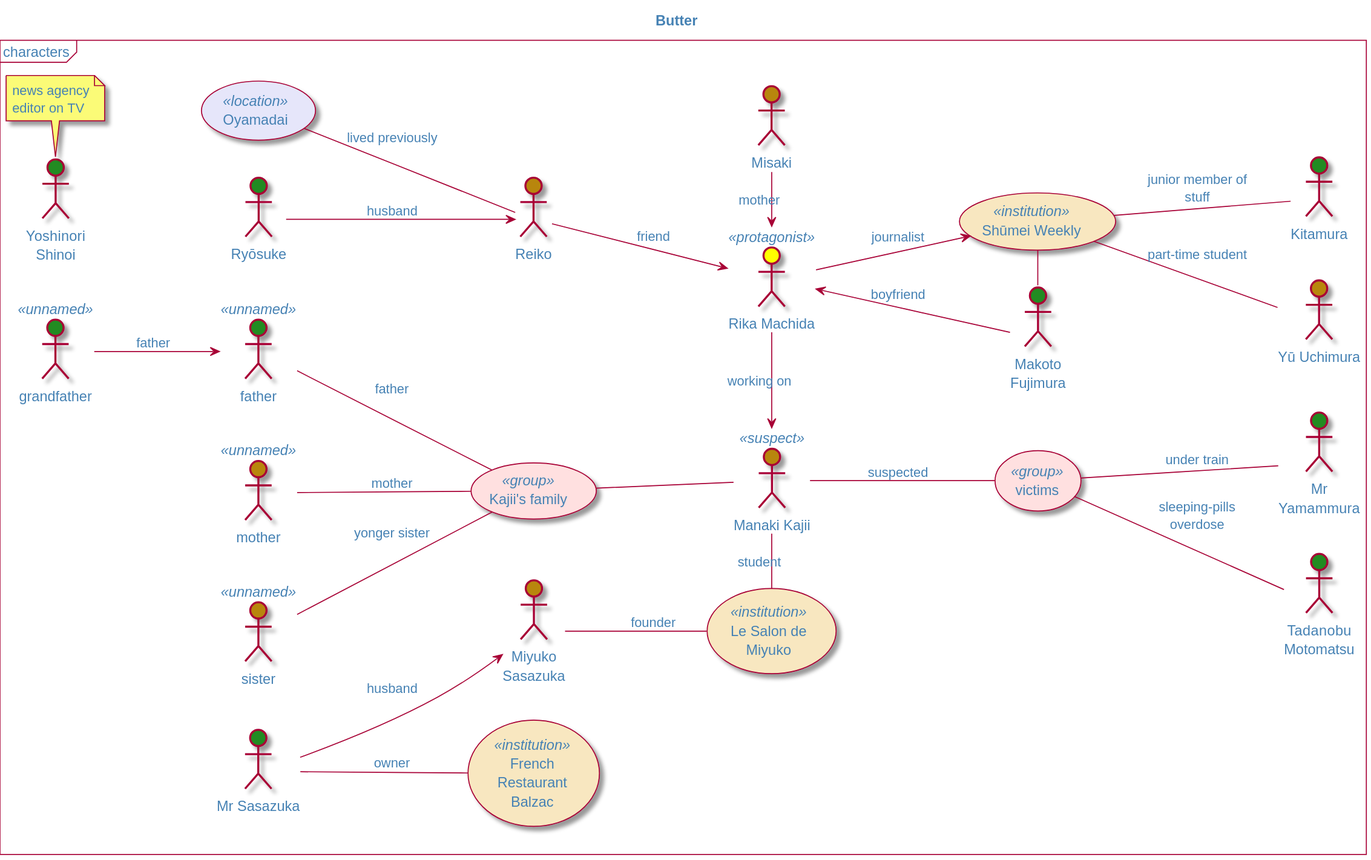
Before: Butter/butter-Butter.svg, a diagram exported from PlantUML (olek3/reading). The source it was exported from:
```plantuml
@startuml
!$stylePath = "https://raw.githubusercontent.com/olek3/plantuml-includes/refs/heads/main/iuml"

!include $stylePath/reading.iuml

title Butter
mainframe characters

:Rika Machida: as rika <<protagonist>> $female_protagonist
:Reiko: as reiko $female

reiko --> rika: friend

(Oyamadai) <<location>>
Oyamadai -- reiko: lived previously

:Ryōsuke: as husband $male
husband --> reiko : husband

:Makoto Fujimura: as makoto $male

rika <-- makoto : boyfriend

Misaki $female
Misaki -> rika : mother

:Manaki Kajii: as manaki <<suspect>> $female


(Le Salon de Miyuko) as salon <<institution>>
:Miyuko Sasazuka: as miyuko $female

(French Restaurant Balzac) as balzac <<institution>>

miyuko -- salon : founder

:Mr Sasazuka: as  sasazuka $male

sasazuka --> miyuko : husband
sasazuka -- balzac : owner

manaki - salon : student

rika -> manaki : working on

:Yoshinori Shinoi: $male
note top: news agency editor on TV

(Shūmei Weekly) as magazine <<institution>>
rika --> magazine : journalist

:Kitamura: $male
magazine -- Kitamura: junior member of stuff
magazine - makoto

:Yū Uchimura: as yu $female

magazine -- yu : part-time student

(Kajii's family) as family <<group>>

:grandfather: as grandfather <<unnamed>> $male
:father: as  father <<unnamed>>  $male
:mother: as  mother <<unnamed>>  $female
:sister: as sister <<unnamed>>  $female

grandfather --> father : father
father -- family : father
mother -- family : mother
sister -- family : yonger sister

family -- manaki

(victims) <<group>>

manaki -- (victims) : suspected
:Mr Yamammura: as yamamura $male

(victims) -- yamamura : under train

:Tadanobu Motomatsu: $male
(victims) -- :Tadanobu Motomatsu: : sleeping-pills overdose
@enduml
```
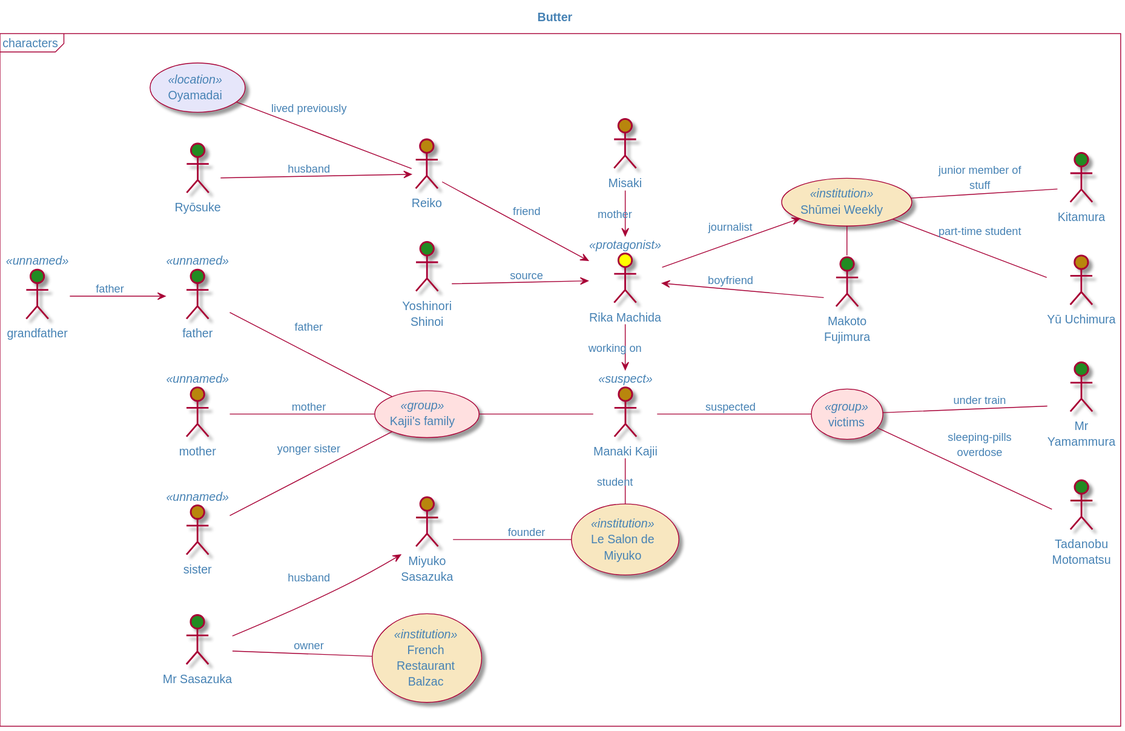
Above is the later version.

Commit message:
meeting with shinoi

The edit, as a diff of the source:
```diff
@@ -43,8 +43,8 @@
 
 rika -> manaki : working on
 
-:Yoshinori Shinoi: $male
-note top: news agency editor on TV
+:Yoshinori Shinoi: as  shinoi $male
+shinoi --> rika : source
 
 (Shūmei Weekly) as magazine <<institution>>
 rika --> magazine : journalist
```
